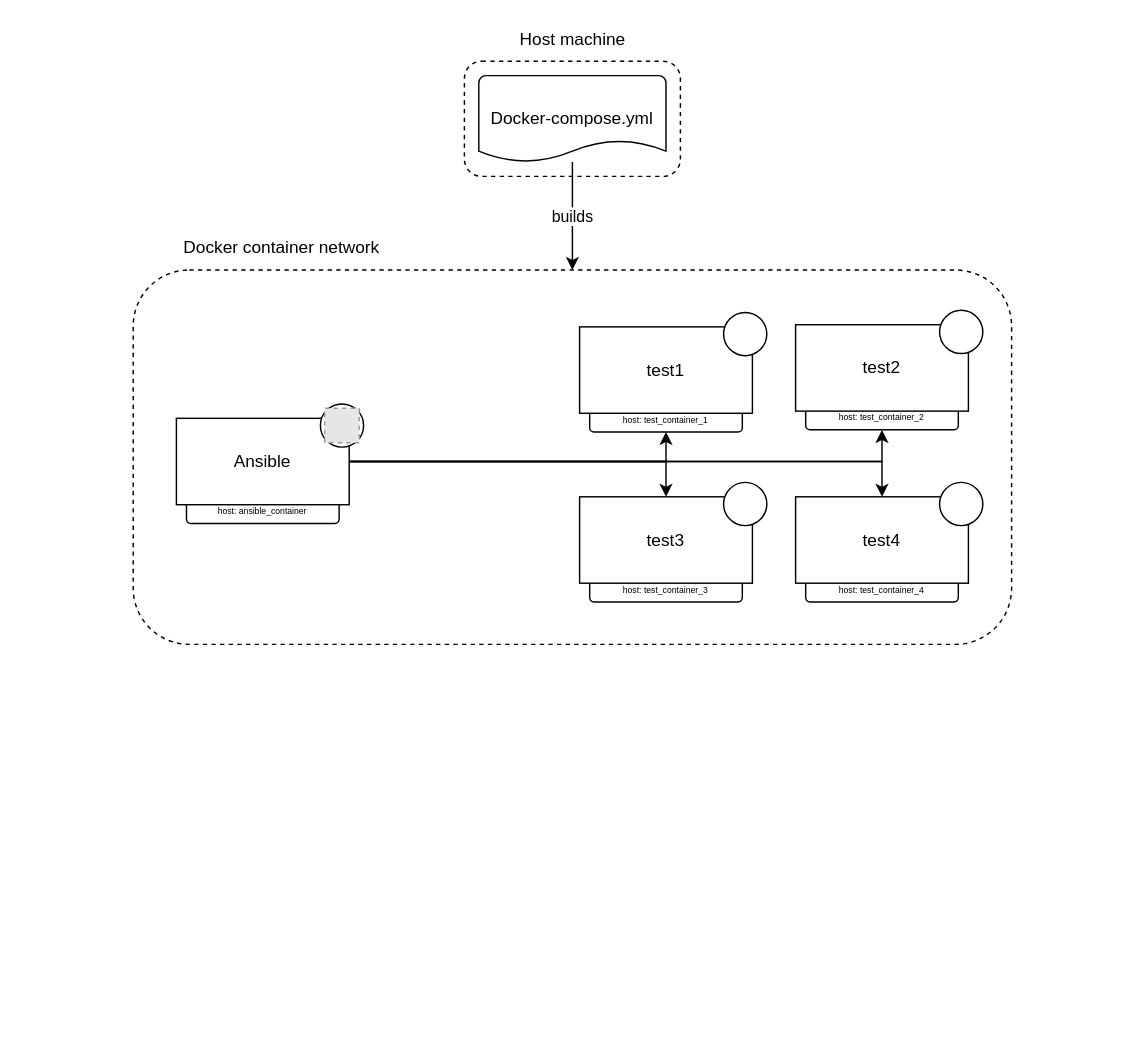
Earlier version of the draw.io diagram Architecture.drawio (sebivenlo/ESDE_G1_Ansible). Source tidied: cells renumbered, new cells numbered last; positions are measured from the earlier drawing's top-left corner, leaving out a move shared by most shapes. Both pictures are drawn from the tidied source at 144%, with x=0, y=0 at pixel (132, 24). Pictures stored in the file or linked from it are replaced by grey dashed boxes.
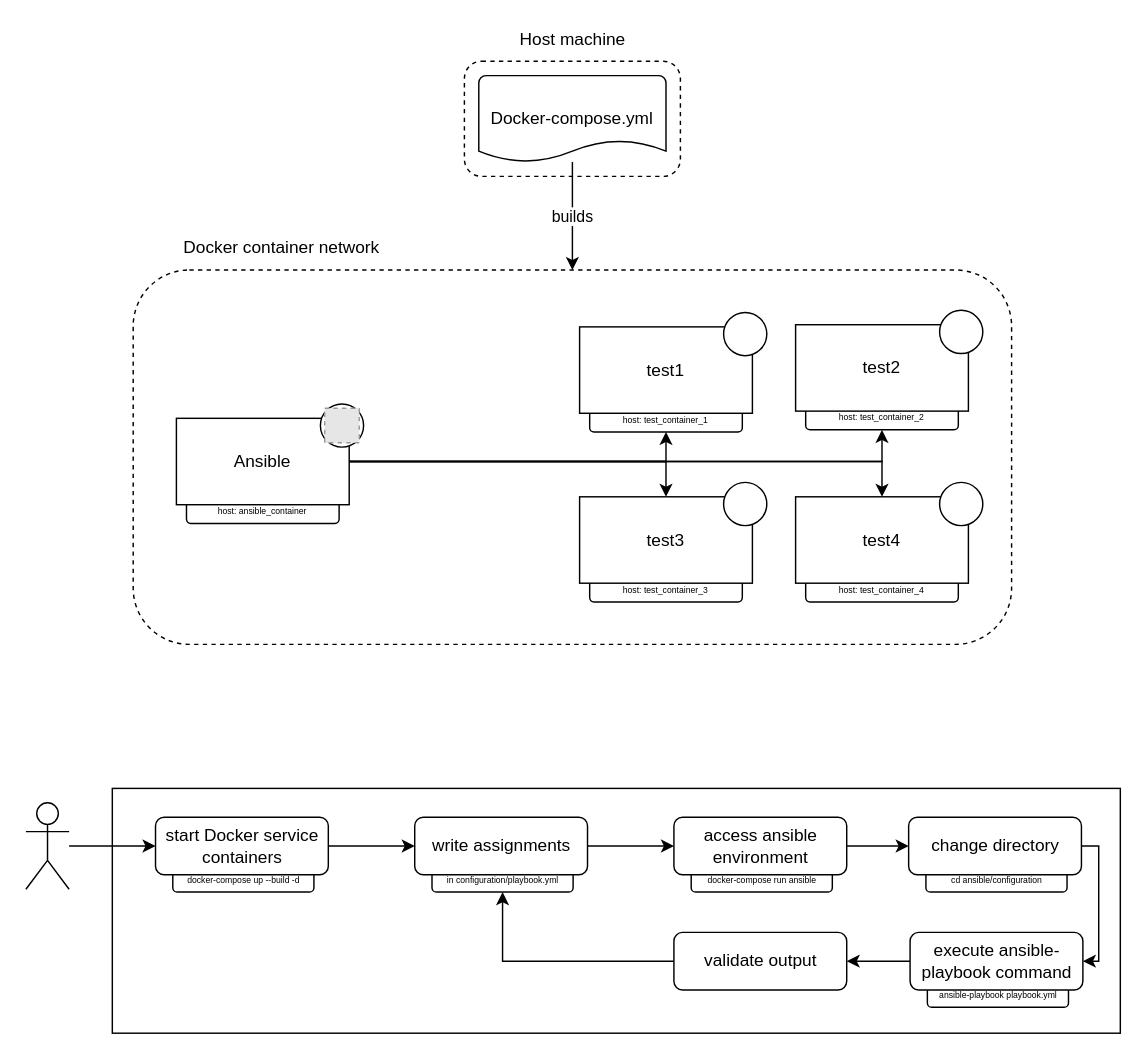
After the change.

Diff of the diagram source:
```diff
@@
+    <mxCell id="37" style="rounded=0;whiteSpace=wrap;html=1;" parent="1" vertex="1">
+      <mxGeometry x="-14.5" y="530" width="700" height="170" as="geometry" />
+    </mxCell>
+    <mxCell id="38" value="&lt;font style=&quot;font-size: 6px&quot;&gt;docker-compose up --build -d&lt;/font&gt;" style="rounded=1;whiteSpace=wrap;html=1;" parent="1" vertex="1">
+      <mxGeometry x="27.5" y="582" width="98" height="20" as="geometry" />
+    </mxCell>
+    <mxCell id="39" style="edgeStyle=orthogonalEdgeStyle;rounded=0;jettySize=auto;html=1;exitX=1;exitY=0.5;exitDx=0;exitDy=0;entryX=0;entryY=0.5;entryDx=0;entryDy=0;" parent="1" edge="1" source="40" target="45">
+      <mxGeometry relative="1" as="geometry" />
+    </mxCell>
+    <mxCell id="40" value="start Docker service containers" style="rounded=1;whiteSpace=wrap;html=1;" parent="1" vertex="1">
+      <mxGeometry x="15.5" y="550" width="120" height="40" as="geometry" />
+    </mxCell>
+    <mxCell id="41" style="edgeStyle=orthogonalEdgeStyle;rounded=0;jettySize=auto;html=1;entryX=0;entryY=0.5;entryDx=0;entryDy=0;" parent="1" edge="1" source="42" target="40">
+      <mxGeometry relative="1" as="geometry" />
+    </mxCell>
+    <mxCell id="42" style="shape=umlActor;verticalLabelPosition=bottom;verticalAlign=top;html=1;outlineConnect=0;" parent="1" vertex="1">
+      <mxGeometry x="-74.5" y="540" width="30" height="60" as="geometry" />
+    </mxCell>
+    <mxCell id="43" value="&lt;font style=&quot;font-size: 6px&quot;&gt;in configuration/playbook.yml&lt;/font&gt;" style="rounded=1;whiteSpace=wrap;html=1;" parent="1" vertex="1">
+      <mxGeometry x="207.5" y="582" width="98" height="20" as="geometry" />
+    </mxCell>
+    <mxCell id="44" style="edgeStyle=orthogonalEdgeStyle;rounded=0;jettySize=auto;html=1;exitX=1;exitY=0.5;exitDx=0;exitDy=0;entryX=0;entryY=0.5;entryDx=0;entryDy=0;" parent="1" edge="1" source="45" target="48">
+      <mxGeometry relative="1" as="geometry" />
+    </mxCell>
+    <mxCell id="45" value="write assignments" style="rounded=1;whiteSpace=wrap;html=1;" parent="1" vertex="1">
+      <mxGeometry x="195.5" y="550" width="120" height="40" as="geometry" />
+    </mxCell>
+    <mxCell id="46" value="&lt;font style=&quot;font-size: 6px&quot;&gt;docker-compose run ansible&lt;/font&gt;" style="rounded=1;whiteSpace=wrap;html=1;" parent="1" vertex="1">
+      <mxGeometry x="387.5" y="582" width="98" height="20" as="geometry" />
+    </mxCell>
+    <mxCell id="47" style="edgeStyle=orthogonalEdgeStyle;rounded=0;jettySize=auto;html=1;exitX=1;exitY=0.5;exitDx=0;exitDy=0;entryX=0;entryY=0.5;entryDx=0;entryDy=0;" parent="1" edge="1" source="48" target="51">
+      <mxGeometry relative="1" as="geometry" />
+    </mxCell>
+    <mxCell id="48" value="access ansible environment" style="rounded=1;whiteSpace=wrap;html=1;" parent="1" vertex="1">
+      <mxGeometry x="375.5" y="550" width="120" height="40" as="geometry" />
+    </mxCell>
+    <mxCell id="49" value="&lt;font style=&quot;font-size: 6px&quot;&gt;cd ansible/configuration&lt;/font&gt;" style="rounded=1;whiteSpace=wrap;html=1;" parent="1" vertex="1">
+      <mxGeometry x="550.5" y="582" width="98" height="20" as="geometry" />
+    </mxCell>
+    <mxCell id="50" style="edgeStyle=orthogonalEdgeStyle;rounded=0;jettySize=auto;html=1;exitX=1;exitY=0.5;exitDx=0;exitDy=0;entryX=1;entryY=0.5;entryDx=0;entryDy=0;" parent="1" edge="1" source="51" target="54">
+      <mxGeometry relative="1" as="geometry">
+        <Array as="points">
+          <mxPoint x="670.5" y="570" />
+          <mxPoint x="670.5" y="650" />
+        </Array>
+      </mxGeometry>
+    </mxCell>
+    <mxCell id="51" value="change directory" style="rounded=1;whiteSpace=wrap;html=1;" parent="1" vertex="1">
+      <mxGeometry x="538.5" y="550" width="120" height="40" as="geometry" />
+    </mxCell>
+    <mxCell id="52" value="&lt;font style=&quot;font-size: 6px&quot;&gt;ansible-playbook playbook.yml&lt;/font&gt;" style="rounded=1;whiteSpace=wrap;html=1;" parent="1" vertex="1">
+      <mxGeometry x="551.5" y="662" width="98" height="20" as="geometry" />
+    </mxCell>
+    <mxCell id="53" style="edgeStyle=orthogonalEdgeStyle;rounded=0;jettySize=auto;html=1;exitX=0;exitY=0.5;exitDx=0;exitDy=0;entryX=1;entryY=0.5;entryDx=0;entryDy=0;" parent="1" edge="1" source="54" target="56">
+      <mxGeometry relative="1" as="geometry" />
+    </mxCell>
+    <mxCell id="54" value="execute ansible-playbook command" style="rounded=1;whiteSpace=wrap;html=1;" parent="1" vertex="1">
+      <mxGeometry x="539.5" y="630" width="120" height="40" as="geometry" />
+    </mxCell>
+    <mxCell id="55" style="edgeStyle=orthogonalEdgeStyle;rounded=0;jettySize=auto;html=1;exitX=0;exitY=0.5;exitDx=0;exitDy=0;entryX=0.5;entryY=1;entryDx=0;entryDy=0;" parent="1" edge="1" source="56" target="43">
+      <mxGeometry relative="1" as="geometry" />
+    </mxCell>
+    <mxCell id="56" value="validate output" style="rounded=1;whiteSpace=wrap;html=1;" parent="1" vertex="1">
+      <mxGeometry x="375.5" y="630" width="120" height="40" as="geometry" />
+    </mxCell>
```
